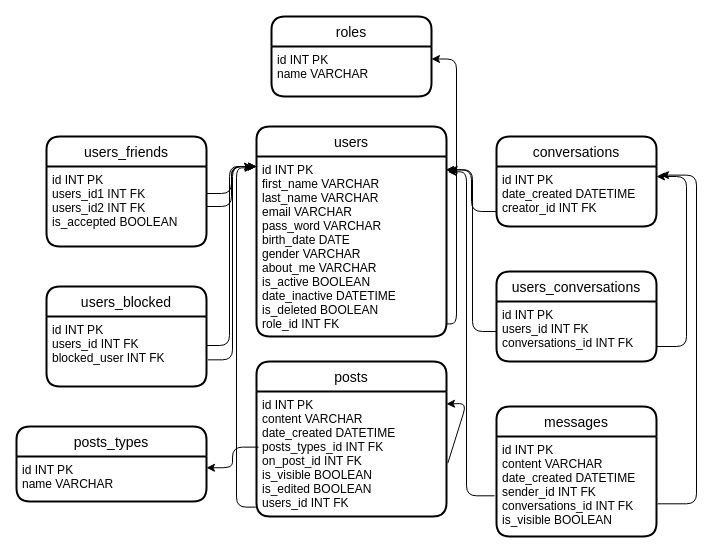
Before: UI/KOPPLINGSDIAGRAM.drawio in Radagastno1/Facebook-Lite, a draw.io diagram. Source tidied: cells renumbered, new cells numbered last; positions are measured from the earlier drawing's top-left corner, leaving out a move shared by most shapes. Both pictures are drawn from the tidied source at 100%, with x=0, y=0 at pixel (16, 16).
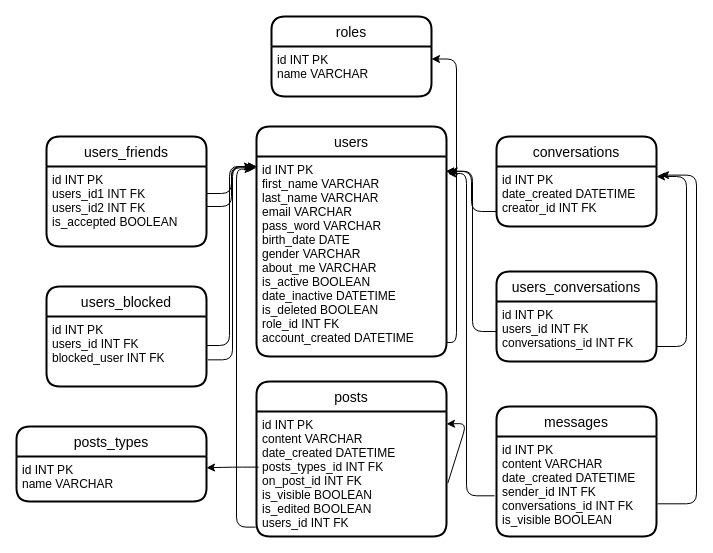
The same diagram, later.

Diff of the diagram source:
```diff
@@
     <mxCell id="10" value="users" style="swimlane;horizontal=1;startSize=30;rounded=1;fontSize=14;fontStyle=0;strokeWidth=2;shadow=0;dashed=0;align=center;" parent="1" vertex="1">
-      <mxGeometry x="240" y="110" width="190" height="210" as="geometry" />
+      <mxGeometry x="240" y="110" width="190" height="230" as="geometry" />
     </mxCell>
@@
-    <mxCell id="12" value="id INT PK&#10;first_name VARCHAR&#10;last_name VARCHAR&#10;email VARCHAR&#10;pass_word VARCHAR&#10;birth_date DATE&#10;gender VARCHAR&#10;about_me VARCHAR&#10;is_active BOOLEAN&#10;date_inactive DATETIME&#10;is_deleted BOOLEAN&#10;role_id INT FK" style="align=left;strokeColor=none;fillColor=none;spacingLeft=4;fontSize=12;verticalAlign=top;" parent="10" vertex="1">
-      <mxGeometry y="30" width="190" height="180" as="geometry" />
+    <mxCell id="12" value="id INT PK&#10;first_name VARCHAR&#10;last_name VARCHAR&#10;email VARCHAR&#10;pass_word VARCHAR&#10;birth_date DATE&#10;gender VARCHAR&#10;about_me VARCHAR&#10;is_active BOOLEAN&#10;date_inactive DATETIME&#10;is_deleted BOOLEAN&#10;role_id INT FK&#10;account_created DATETIME" style="align=left;strokeColor=none;fillColor=none;spacingLeft=4;fontSize=12;verticalAlign=top;" parent="10" vertex="1">
+      <mxGeometry y="30" width="190" height="200" as="geometry" />
     </mxCell>
     <mxCell id="13" value="posts" style="swimlane;horizontal=1;startSize=30;rounded=1;fontSize=14;fontStyle=0;strokeWidth=2;shadow=0;dashed=0;align=center;" parent="1" vertex="1">
-      <mxGeometry x="240" y="345" width="190" height="155" as="geometry" />
+      <mxGeometry x="240" y="365" width="190" height="155" as="geometry" />
     </mxCell>
```
